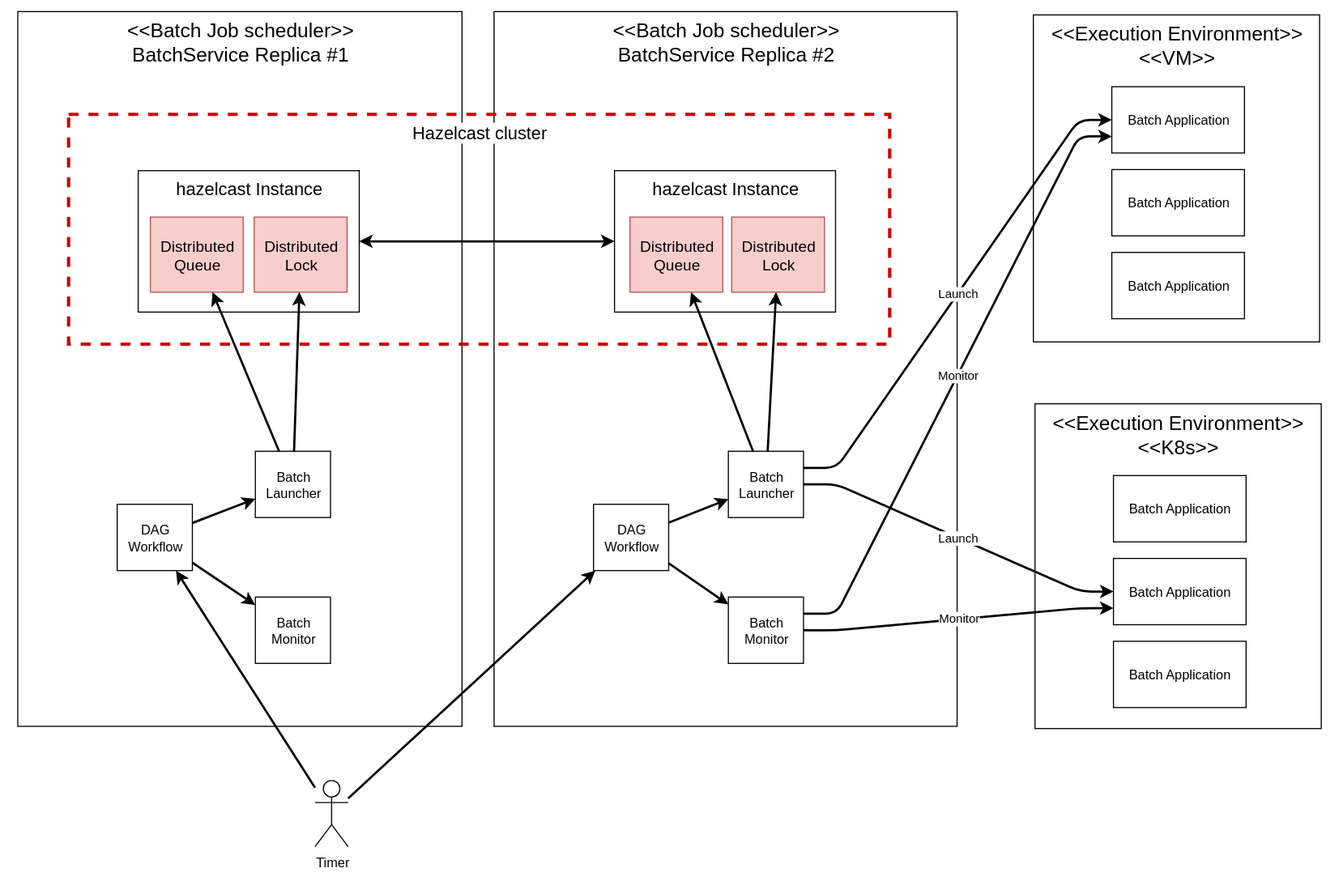
reddiana/a-cert keeps this draw.io diagram as 1. Project Overview/BatchService개념도.svg. Above is the earlier version. Source tidied: cells renumbered, new cells last; positions are measured from the earlier drawing's top-left corner, leaving out a move shared by most shapes.
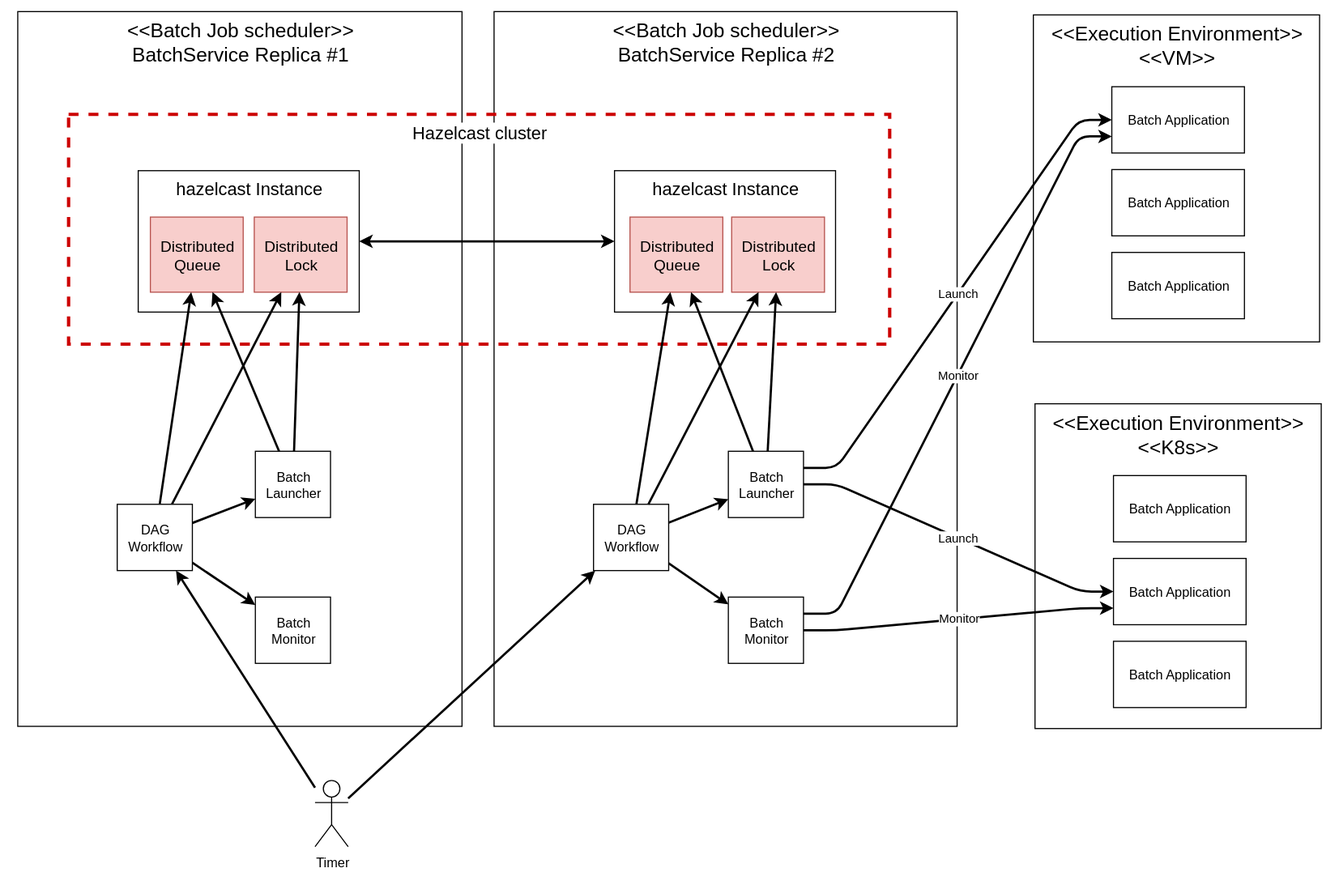
After the change.

The edit, as a diff of the source:
```diff
@@ -59,7 +59,7 @@
     <mxCell id="20" value="DAG&lt;br&gt;Workflow" style="rounded=0;whiteSpace=wrap;html=1;" parent="1" vertex="1">
       <mxGeometry x="521" y="446" width="68" height="60" as="geometry" />
     </mxCell>
-    <mxCell id="21" value="Distributed&lt;br style=&quot;font-size: 14px;&quot;&gt;Queue" style="rounded=0;whiteSpace=wrap;html=1;direction=south;fillColor=#f8cecc;strokeColor=#b85450;fontSize=14;" parent="1" vertex="1">
+    <mxCell id="21" value="Distributed&lt;br&gt;Queue" style="rounded=0;whiteSpace=wrap;html=1;direction=south;fillColor=#f8cecc;strokeColor=#b85450;fontSize=14;" parent="1" vertex="1">
       <mxGeometry x="120" y="186" width="84" height="68" as="geometry" />
     </mxCell>
     <mxCell id="22" value="Distributed&lt;br style=&quot;font-size: 14px;&quot;&gt;Lock" style="rounded=0;whiteSpace=wrap;html=1;direction=south;fillColor=#f8cecc;strokeColor=#b85450;fontSize=14;" parent="1" vertex="1">
@@ -104,6 +104,12 @@
     <mxCell id="35" style="edgeStyle=none;shape=connector;rounded=0;html=1;labelBackgroundColor=default;strokeColor=default;strokeWidth=2;align=center;verticalAlign=middle;fontFamily=Helvetica;fontSize=11;fontColor=default;endArrow=classic;" parent="1" edge="1" source="36" target="40">
       <mxGeometry relative="1" as="geometry" />
     </mxCell>
+    <mxCell id="41" style="edgeStyle=none;shape=connector;rounded=0;html=1;labelBackgroundColor=default;strokeColor=default;strokeWidth=2;align=center;verticalAlign=middle;fontFamily=Helvetica;fontSize=11;fontColor=default;endArrow=classic;" parent="1" edge="1" source="36" target="21">
+      <mxGeometry relative="1" as="geometry" />
+    </mxCell>
+    <mxCell id="42" style="edgeStyle=none;shape=connector;rounded=0;html=1;labelBackgroundColor=default;strokeColor=default;strokeWidth=2;align=center;verticalAlign=middle;fontFamily=Helvetica;fontSize=11;fontColor=default;endArrow=classic;" parent="1" edge="1" source="36" target="22">
+      <mxGeometry relative="1" as="geometry" />
+    </mxCell>
     <mxCell id="36" value="DAG&lt;br&gt;Workflow" style="rounded=0;whiteSpace=wrap;html=1;" parent="1" vertex="1">
       <mxGeometry x="90" y="446" width="68" height="60" as="geometry" />
     </mxCell>
@@ -119,5 +125,11 @@
     <mxCell id="40" value="Batch Monitor" style="rounded=0;whiteSpace=wrap;html=1;" parent="1" vertex="1">
       <mxGeometry x="215" y="530" width="68" height="60" as="geometry" />
     </mxCell>
+    <mxCell id="43" style="edgeStyle=none;shape=connector;rounded=0;html=1;labelBackgroundColor=default;strokeColor=default;strokeWidth=2;align=center;verticalAlign=middle;fontFamily=Helvetica;fontSize=11;fontColor=default;endArrow=classic;" parent="1" edge="1" source="20" target="24">
+      <mxGeometry relative="1" as="geometry" />
+    </mxCell>
+    <mxCell id="44" style="edgeStyle=none;shape=connector;rounded=0;html=1;labelBackgroundColor=default;strokeColor=default;strokeWidth=2;align=center;verticalAlign=middle;fontFamily=Helvetica;fontSize=11;fontColor=default;endArrow=classic;" parent="1" edge="1" source="20" target="25">
+      <mxGeometry relative="1" as="geometry" />
+    </mxCell>
   </root>
 </mxGraphModel>
```
